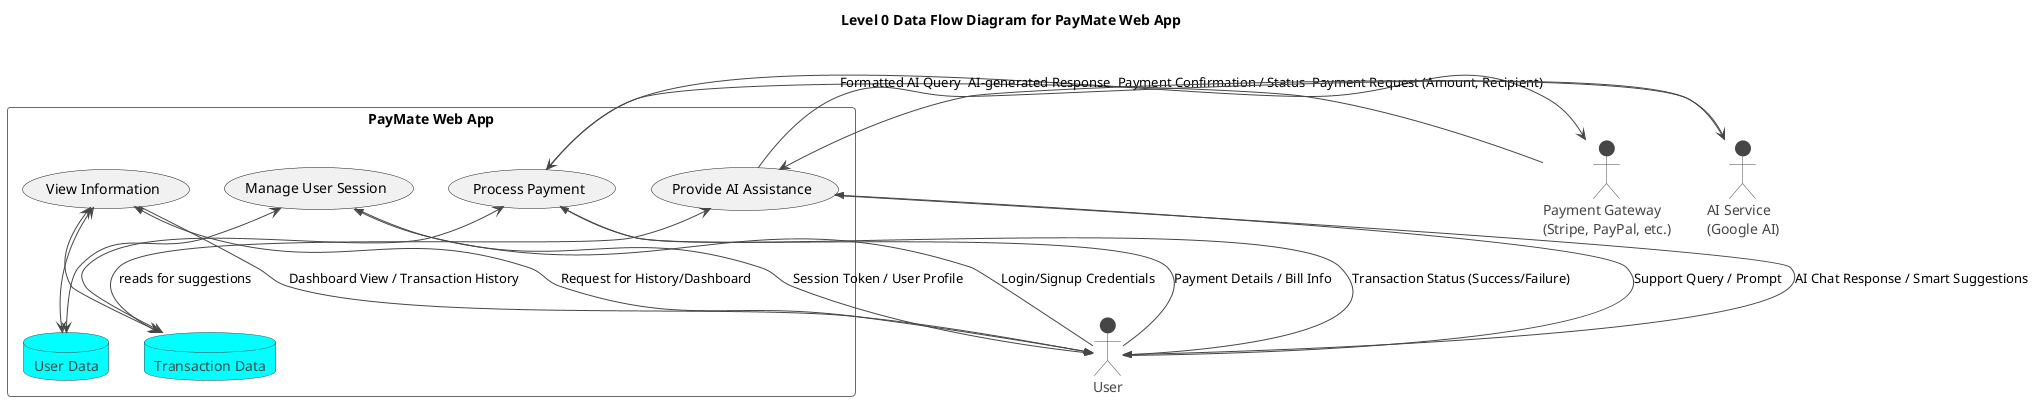
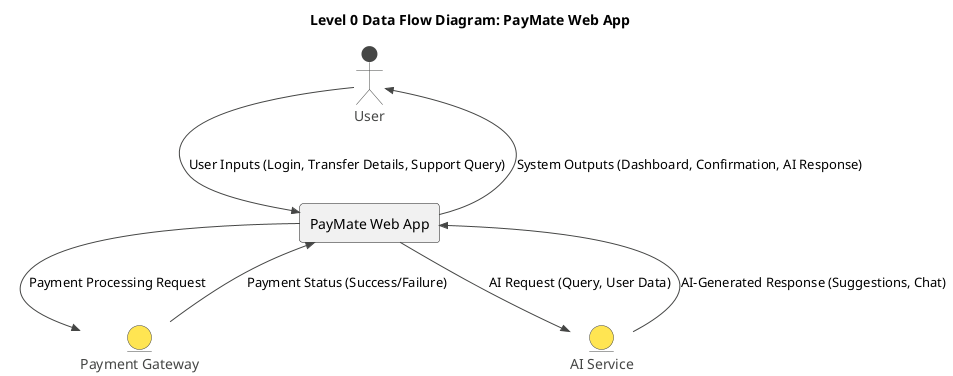
@startuml
!theme vibrant
- title Level 0 Data Flow Diagram for PayMate Web App

- ' Define Actors (External Entities)
- actor "User" as User
- actor "Payment Gateway\n(Stripe, PayPal, etc.)" as PaymentGateway
- actor "AI Service\n(Google AI)" as AIService
+ title Level 0 Data Flow Diagram: PayMate Web App

- ' Define the main process (the system)
- rectangle "PayMate Web App" as PayMate {
+ actor "User"
+ entity "Payment Gateway" as PaymentGateway
+ entity "AI Service" as AIService

-   ' Define Data Stores (conceptual)
-   database "User Data" as UserStore
-   database "Transaction Data" as TransactionStore
+ rectangle "PayMate Web App" as PayMateSystem

-   ' Define Processes within the system
-   (Process Payment) as ProcessPayment
-   (Manage User Session) as ManageUserSession
-   (Provide AI Assistance) as ProvideAIAssistance
-   (View Information) as ViewInformation
- }
+ User -->> PayMateSystem : User Inputs (Login, Transfer Details, Support Query)
+ PayMateSystem -->> User : System Outputs (Dashboard, Confirmation, AI Response)

+ PayMateSystem -->> PaymentGateway : Payment Processing Request
+ PaymentGateway -->> PayMateSystem : Payment Status (Success/Failure)

- ' Data Flows
- 
- ' User to System
- User -->> ManageUserSession : Login/Signup Credentials
- User -->> ProcessPayment : Payment Details / Bill Info
- User -->> ProvideAIAssistance : Support Query / Prompt
- User -->> ViewInformation : Request for History/Dashboard
- 
- ' System to User
- ManageUserSession -->> User : Session Token / User Profile
- ProcessPayment -->> User : Transaction Status (Success/Failure)
- ProvideAIAssistance -->> User : AI Chat Response / Smart Suggestions
- ViewInformation -->> User : Dashboard View / Transaction History
- 
- ' System to External Entities
- ProcessPayment -> PaymentGateway : Payment Request (Amount, Recipient)
- ProvideAIAssistance -> AIService : Formatted AI Query
- 
- ' External Entities to System
- PaymentGateway -> ProcessPayment : Payment Confirmation / Status
- AIService -> ProvideAIAssistance : AI-generated Response
- 
- ' Internal Data Flows (System to Data Stores)
- ManageUserSession <--> UserStore
- ProcessPayment <--> TransactionStore
- ViewInformation <--> TransactionStore
- ViewInformation <--> UserStore
- ProvideAIAssistance <--> TransactionStore : reads for suggestions
+ PayMateSystem -->> AIService : AI Request (Query, User Data)
+ AIService -->> PayMateSystem : AI-Generated Response (Suggestions, Chat)

@enduml
